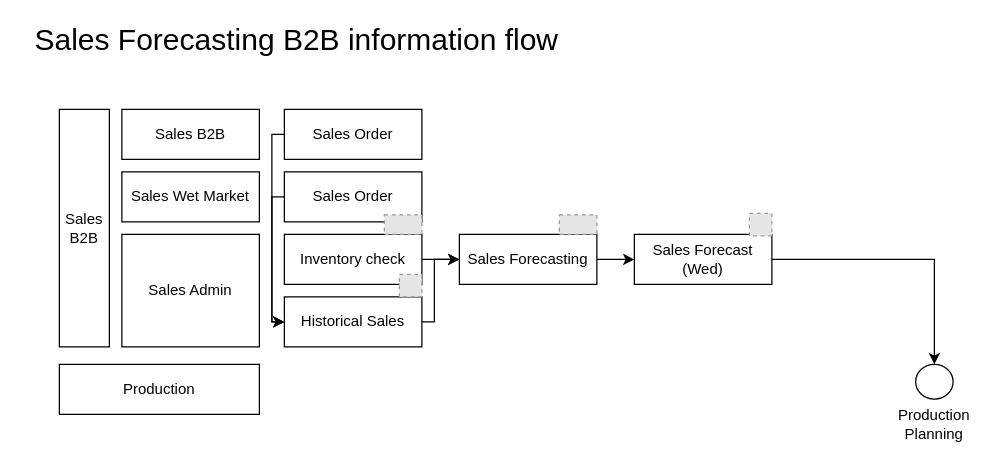
The draw.io diagram page "Sales Forecasting B2B" (3 of 14) of E2E.drawio in pkppm-dev/Roy-s, before the edit. Source tidied: cells renumbered, new cells numbered last; positions are measured from the earlier drawing's top-left corner, leaving out a move shared by most shapes. Both pictures are drawn from the tidied source at 125%, with x=0, y=0 at pixel (21, 21). Pictures stored in the file or linked from it are replaced by grey dashed boxes.
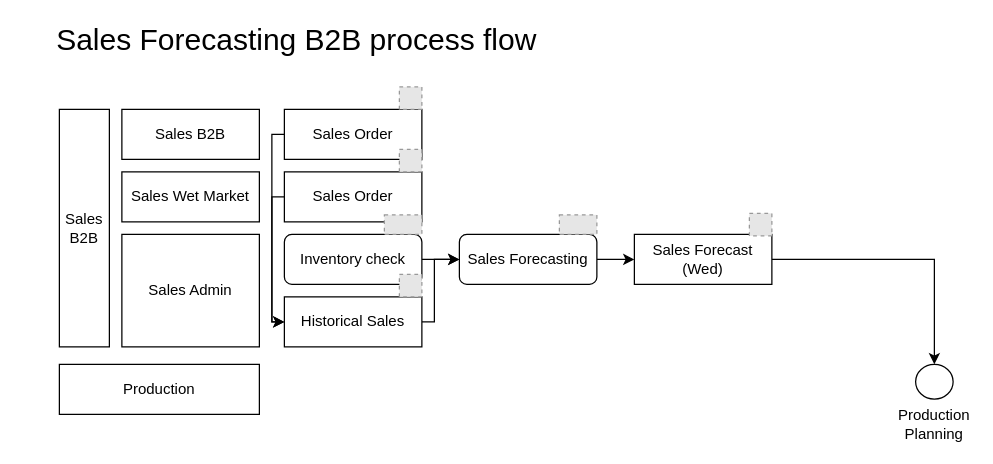
After the change.

Change to the diagram source:
```diff
@@
-    <mxCell id="2" value="&lt;font style=&quot;font-size: 24px;&quot;&gt;Sales Forecasting B2B information flow&lt;/font&gt;" style="text;html=1;align=center;verticalAlign=middle;whiteSpace=wrap;rounded=0;" parent="1" vertex="1">
+    <mxCell id="2" value="&lt;font style=&quot;font-size: 24px;&quot;&gt;Sales Forecasting B2B process flow&lt;/font&gt;" style="text;html=1;align=center;verticalAlign=middle;whiteSpace=wrap;rounded=0;" parent="1" vertex="1">
       <mxGeometry width="440" height="30" as="geometry" />
     </mxCell>
@@
-    <mxCell id="8" value="Inventory check" style="whiteSpace=wrap;html=1;rounded=0;" parent="1" vertex="1">
+    <mxCell id="8" value="Inventory check" style="whiteSpace=wrap;html=1;rounded=1;" parent="1" vertex="1">
       <mxGeometry x="210" y="170" width="110" height="40" as="geometry" />
     </mxCell>
@@
-    <mxCell id="10" value="Sales Forecasting" style="whiteSpace=wrap;html=1;rounded=0;" parent="1" vertex="1">
+    <mxCell id="10" value="Sales Forecasting" style="whiteSpace=wrap;html=1;rounded=1;" parent="1" vertex="1">
       <mxGeometry x="350" y="170" width="110" height="40" as="geometry" />
     </mxCell>
@@
+    <mxCell id="26" style="fillColor=#E6E6E6;strokeColor=#999999;dashed=1;html=1;verticalAlign=top;verticalLabelPosition=bottom;labelBackgroundColor=#ffffff;" parent="1" vertex="1">
+      <mxGeometry x="302" y="102" width="18" height="18" as="geometry" />
+    </mxCell>
+    <mxCell id="27" style="fillColor=#E6E6E6;strokeColor=#999999;dashed=1;html=1;verticalAlign=top;verticalLabelPosition=bottom;labelBackgroundColor=#ffffff;" parent="1" vertex="1">
+      <mxGeometry x="302" y="52" width="18" height="18" as="geometry" />
+    </mxCell>
```
